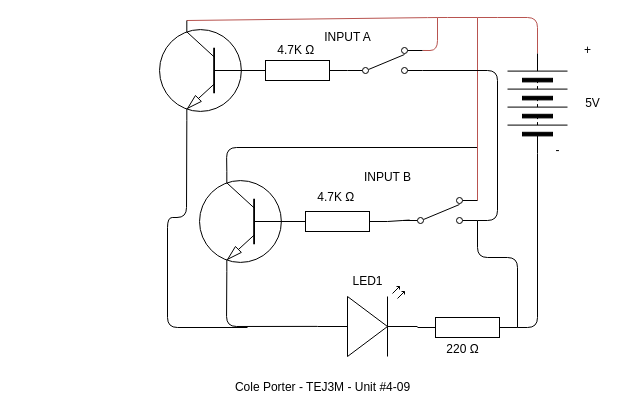
Earlier version of the draw.io diagram uni4-09/Cole Porter - TEJ3M - Unit #4-09.drawio (ColePor/TEJ3M---Unit-4). Source tidied: cells renumbered, new cells numbered last; positions are measured from the earlier drawing's top-left corner, leaving out a move shared by most shapes. Both pictures are drawn from the tidied source at 100%, with x=0, y=0 at pixel (157, 17). Pictures stored in the file or linked from it are replaced by grey dashed boxes.
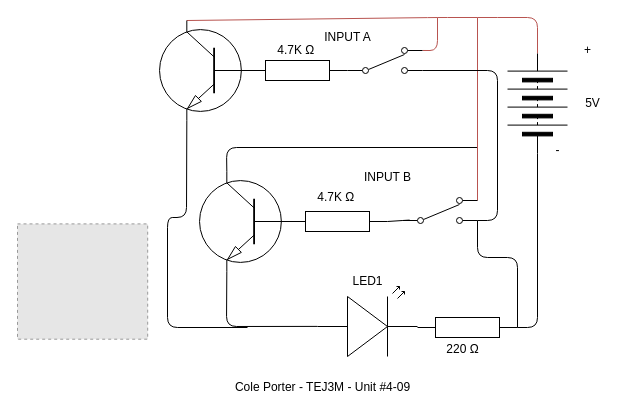
Above is the later version.

What changed in the source:
```diff
@@
+    <mxCell id="32" style="fillColor=#E6E6E6;strokeColor=#999999;dashed=1;verticalLabelPosition=bottom;labelBackgroundColor=#ffffff;verticalAlign=top;" parent="1" vertex="1">
+      <mxGeometry x="-140" y="206.4" width="130.2" height="115.3" as="geometry" />
+    </mxCell>
```
